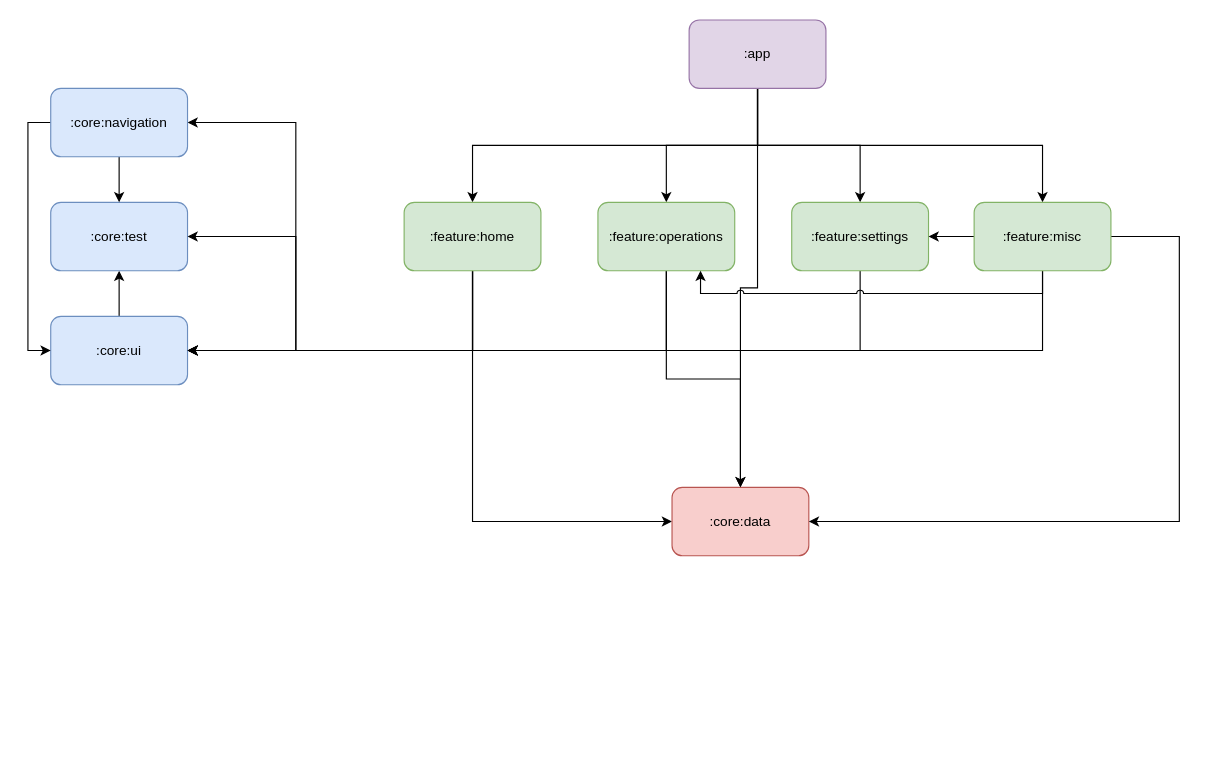
Earlier version of the draw.io diagram docs/modules_dependency_map.drawio.xml (rbrthmn/comfin). Source tidied: cells renumbered, new cells numbered last; positions are measured from the earlier drawing's top-left corner, leaving out a move shared by most shapes. Both pictures are drawn from the tidied source at 114%, with x=0, y=0 at pixel (27, 19).
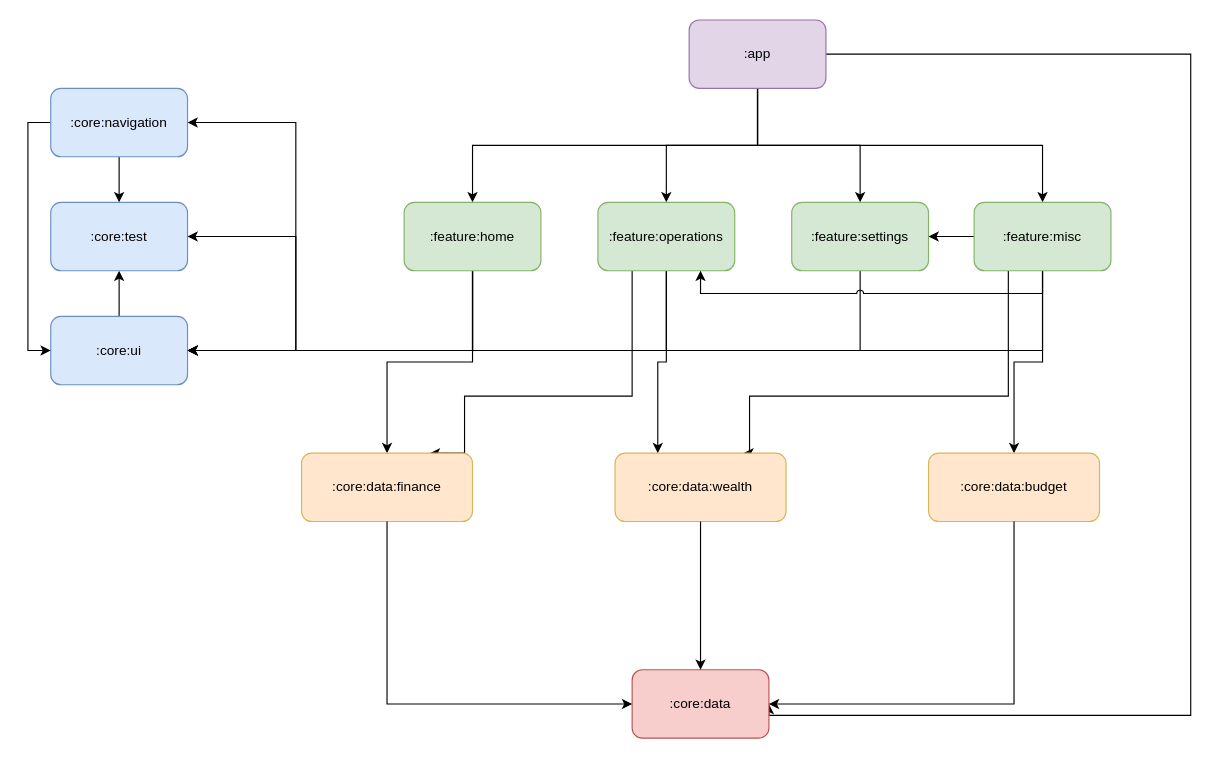
The same page after the edit.

The change refers to these unchanged cells:
```xml
<mxCell id="7" value=":app" style="rounded=1;whiteSpace=wrap;html=1;fillColor=#e1d5e7;strokeColor=#9673a6;" parent="1" vertex="1">
  <mxGeometry x="580" width="120" height="60" as="geometry" />
</mxCell>
<mxCell id="15" value=":feature:home" style="rounded=1;whiteSpace=wrap;html=1;fillColor=#d5e8d4;strokeColor=#82b366;" parent="1" vertex="1">
  <mxGeometry x="330" y="160" width="120" height="60" as="geometry" />
</mxCell>
<mxCell id="22" value=":feature:operations" style="rounded=1;whiteSpace=wrap;html=1;fillColor=#d5e8d4;strokeColor=#82b366;" parent="1" vertex="1">
  <mxGeometry x="500" y="160" width="120" height="60" as="geometry" />
</mxCell>
<mxCell id="29" value=":feature:misc" style="rounded=1;whiteSpace=wrap;html=1;fillColor=#d5e8d4;strokeColor=#82b366;" parent="1" vertex="1">
  <mxGeometry x="830" y="160" width="120" height="60" as="geometry" />
</mxCell>
```

What changed in the source:
```diff
@@
-    <mxCell id="6" style="edgeStyle=orthogonalEdgeStyle;rounded=0;jettySize=auto;html=1;entryX=0.5;entryY=0;entryDx=0;entryDy=0;" parent="1" edge="1" source="7" target="16">
-      <mxGeometry relative="1" as="geometry" />
+    <mxCell id="6" style="edgeStyle=orthogonalEdgeStyle;rounded=0;jettySize=auto;html=1;exitX=1;exitY=0.5;exitDx=0;exitDy=0;entryX=1;entryY=0.5;entryDx=0;entryDy=0;" parent="1" edge="1" source="7" target="16">
+      <mxGeometry relative="1" as="geometry">
+        <Array as="points">
+          <mxPoint x="1020" y="30" />
+          <mxPoint x="1020" y="610" />
+        </Array>
+      </mxGeometry>
     </mxCell>
@@
-    <mxCell id="14" style="edgeStyle=orthogonalEdgeStyle;rounded=0;jettySize=auto;html=1;entryX=0;entryY=0.5;entryDx=0;entryDy=0;" parent="1" edge="1" source="15" target="16">
-      <mxGeometry relative="1" as="geometry">
-        <Array as="points">
-          <mxPoint x="390" y="440" />
-        </Array>
-      </mxGeometry>
-    </mxCell>
+    <mxCell id="30" style="edgeStyle=orthogonalEdgeStyle;rounded=0;jettySize=auto;html=1;entryX=0.5;entryY=0;entryDx=0;entryDy=0;" parent="1" edge="1" source="15" target="35">
+      <mxGeometry relative="1" as="geometry" />
+    </mxCell>
@@
-    <mxCell id="16" value=":core:data" style="rounded=1;whiteSpace=wrap;html=1;fillColor=#f8cecc;strokeColor=#b85450;" parent="1" vertex="1">
-      <mxGeometry x="565" y="410" width="120" height="60" as="geometry" />
-    </mxCell>
@@
-    <mxCell id="21" style="edgeStyle=orthogonalEdgeStyle;rounded=0;jettySize=auto;html=1;entryX=0.5;entryY=0;entryDx=0;entryDy=0;" parent="1" edge="1" source="22" target="16">
-      <mxGeometry relative="1" as="geometry" />
-    </mxCell>
+    <mxCell id="31" style="edgeStyle=orthogonalEdgeStyle;rounded=0;jettySize=auto;html=1;entryX=0.75;entryY=0;entryDx=0;entryDy=0;" parent="1" edge="1" source="22" target="35">
+      <mxGeometry relative="1" as="geometry">
+        <Array as="points">
+          <mxPoint x="530" y="330" />
+          <mxPoint x="383" y="330" />
+        </Array>
+      </mxGeometry>
+    </mxCell>
+    <mxCell id="32" style="edgeStyle=orthogonalEdgeStyle;rounded=0;jettySize=auto;html=1;entryX=0.25;entryY=0;entryDx=0;entryDy=0;" parent="1" edge="1" source="22" target="36">
+      <mxGeometry relative="1" as="geometry" />
+    </mxCell>
@@
-    <mxCell id="28" style="edgeStyle=orthogonalEdgeStyle;rounded=0;jettySize=auto;html=1;entryX=1;entryY=0.5;entryDx=0;entryDy=0;" parent="1" edge="1" source="29" target="16">
-      <mxGeometry relative="1" as="geometry">
-        <Array as="points">
-          <mxPoint x="1010" y="440" />
-        </Array>
-      </mxGeometry>
-    </mxCell>
+    <mxCell id="33" style="edgeStyle=orthogonalEdgeStyle;rounded=0;jettySize=auto;html=1;entryX=0.75;entryY=0;entryDx=0;entryDy=0;" parent="1" edge="1" source="29" target="36">
+      <mxGeometry relative="1" as="geometry">
+        <Array as="points">
+          <mxPoint x="860" y="330" />
+          <mxPoint x="633" y="330" />
+        </Array>
+      </mxGeometry>
+    </mxCell>
+    <mxCell id="34" style="edgeStyle=orthogonalEdgeStyle;rounded=0;jettySize=auto;html=1;entryX=0.5;entryY=0;entryDx=0;entryDy=0;" parent="1" edge="1" source="29" target="37">
+      <mxGeometry relative="1" as="geometry" />
+    </mxCell>
@@
+    <mxCell id="35" value=":core:data:finance" style="rounded=1;whiteSpace=wrap;html=1;fillColor=#FFE6CC;strokeColor=#d6b656;" parent="1" vertex="1">
+      <mxGeometry x="240" y="380" width="150" height="60" as="geometry" />
+    </mxCell>
+    <mxCell id="36" value=":core:data:wealth" style="rounded=1;whiteSpace=wrap;html=1;fillColor=#FFE6CC;strokeColor=#d6b656;" parent="1" vertex="1">
+      <mxGeometry x="515" y="380" width="150" height="60" as="geometry" />
+    </mxCell>
+    <mxCell id="37" value=":core:data:budget" style="rounded=1;whiteSpace=wrap;html=1;fillColor=#FFE6CC;strokeColor=#d6b656;" parent="1" vertex="1">
+      <mxGeometry x="790" y="380" width="150" height="60" as="geometry" />
+    </mxCell>
+    <mxCell id="16" value=":core:data" style="rounded=1;whiteSpace=wrap;html=1;fillColor=#f8cecc;strokeColor=#b85450;" parent="1" vertex="1">
+      <mxGeometry x="530" y="570" width="120" height="60" as="geometry" />
+    </mxCell>
+    <mxCell id="38" style="edgeStyle=orthogonalEdgeStyle;rounded=0;jettySize=auto;html=1;exitX=0.5;exitY=1;exitDx=0;exitDy=0;entryX=0;entryY=0.5;entryDx=0;entryDy=0;" parent="1" edge="1" source="35" target="16">
+      <mxGeometry relative="1" as="geometry">
+        <Array as="points">
+          <mxPoint x="315" y="520" />
+          <mxPoint x="315" y="600" />
+        </Array>
+      </mxGeometry>
+    </mxCell>
+    <mxCell id="39" style="edgeStyle=orthogonalEdgeStyle;rounded=0;jettySize=auto;html=1;entryX=0.5;entryY=0;entryDx=0;entryDy=0;" parent="1" edge="1" source="36" target="16">
+      <mxGeometry relative="1" as="geometry" />
+    </mxCell>
+    <mxCell id="40" style="edgeStyle=orthogonalEdgeStyle;rounded=0;jettySize=auto;html=1;exitX=0.5;exitY=1;exitDx=0;exitDy=0;entryX=1;entryY=0.5;entryDx=0;entryDy=0;" parent="1" edge="1" source="37" target="16">
+      <mxGeometry relative="1" as="geometry">
+        <Array as="points">
+          <mxPoint x="865" y="520" />
+          <mxPoint x="865" y="600" />
+        </Array>
+      </mxGeometry>
+    </mxCell>
```
